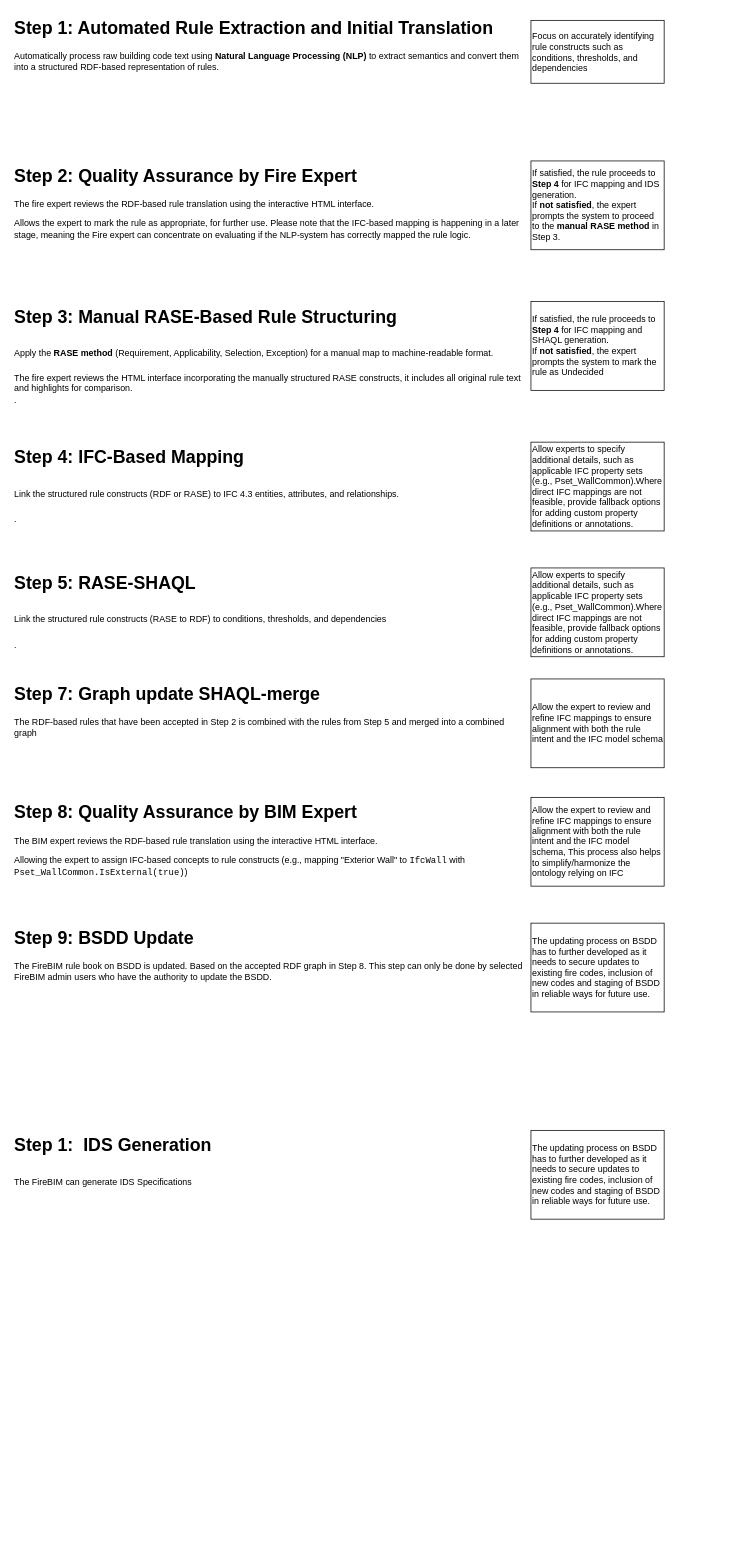
The draw.io diagram diagram/FireBIM rule mapping process overview.drawio in Kristoffernegendahl/fireBIM, before the edit. Source tidied: cells renumbered, new cells numbered last; positions are measured from the earlier drawing's top-left corner, leaving out a move shared by most shapes. Both pictures are drawn from the tidied source at 74%, with x=0, y=0 at pixel (13, 13).
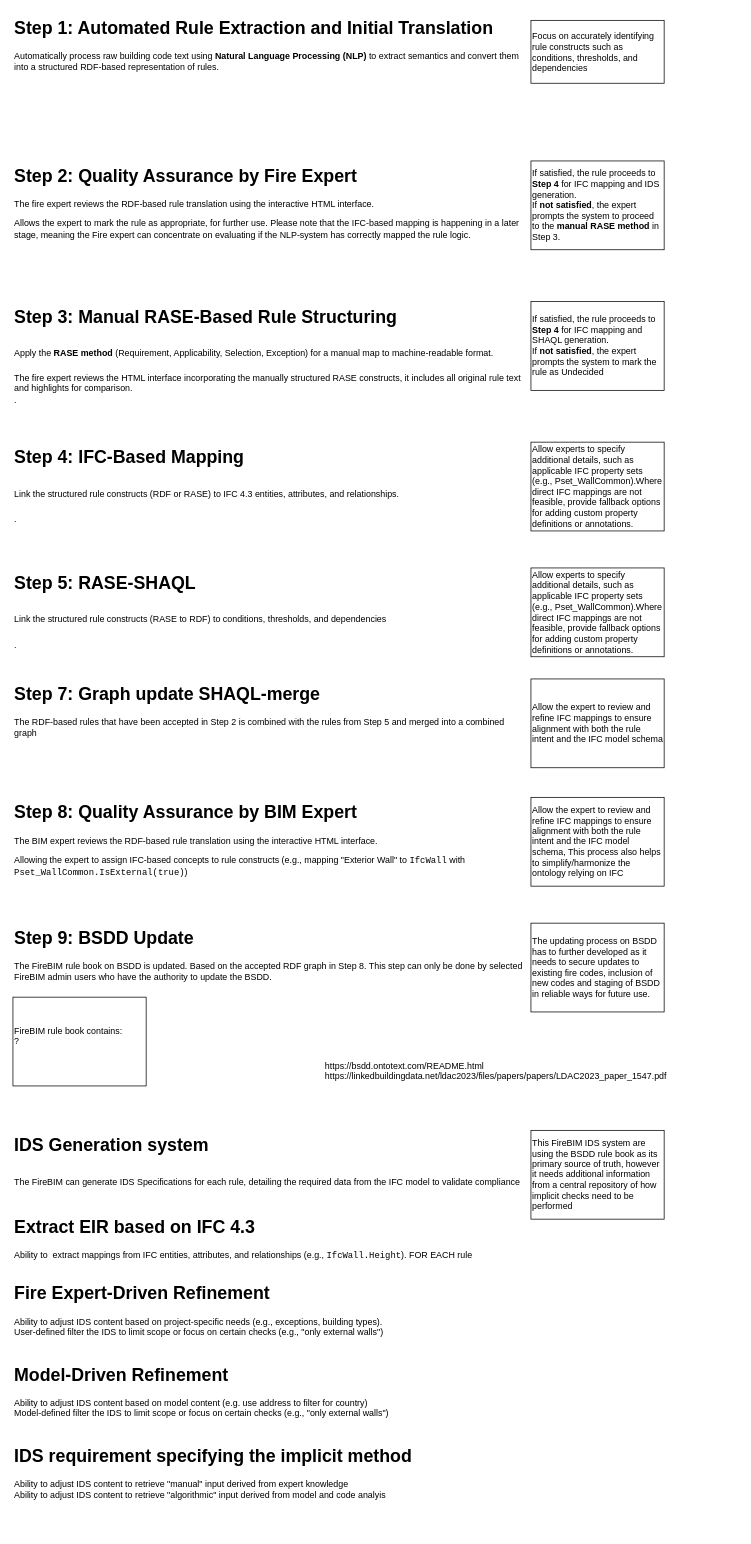
Above is the later version.

What changed in the source:
```diff
@@
-    <mxCell id="16" value="&lt;h1 style=&quot;margin-top: 0px;&quot;&gt;Step 9: BSDD Update&lt;/h1&gt;&lt;p&gt;The FireBIM rule book on BSDD is updated. Based on the accepted RDF graph in Step 8. This step can only be done by selected FireBIM admin users who have the authority to update the BSDD.&amp;nbsp; &amp;nbsp;&lt;/p&gt;" style="text;html=1;whiteSpace=wrap;overflow=hidden;rounded=0;" parent="1" vertex="1">
+    <mxCell id="16" value="&lt;h1 style=&quot;margin-top: 0px;&quot;&gt;Step 9: BSDD Update&lt;/h1&gt;&lt;p&gt;The FireBIM rule book on BSDD is updated. Based on the accepted RDF graph in Step 8. This step can only be done by selected FireBIM admin users who have the authority to update the BSDD.&amp;nbsp;&lt;br&gt;&amp;nbsp;&amp;nbsp;&lt;/p&gt;" style="text;html=1;whiteSpace=wrap;overflow=hidden;rounded=0;" parent="1" vertex="1">
       <mxGeometry y="1230" width="700" height="120" as="geometry" />
     </mxCell>
@@
-    <mxCell id="18" value="&lt;h1 style=&quot;margin-top: 0px;&quot;&gt;Step 1:&amp;nbsp;&lt;span style=&quot;background-color: initial;&quot;&gt;&amp;nbsp;IDS Generation&lt;/span&gt;&lt;/h1&gt;&lt;h1 style=&quot;margin-top: 0px;&quot;&gt;&lt;span style=&quot;background-color: initial; font-size: 12px; font-weight: normal;&quot;&gt;The FireBIM can g&lt;/span&gt;&lt;span style=&quot;background-color: initial; font-size: 12px; font-weight: normal;&quot;&gt;enerate IDS Specifications&lt;/span&gt;&lt;/h1&gt;" style="text;html=1;whiteSpace=wrap;overflow=hidden;rounded=0;" parent="1" vertex="1">
+    <mxCell id="18" value="&lt;h1 style=&quot;margin-top: 0px;&quot;&gt;&lt;span style=&quot;background-color: initial;&quot;&gt;IDS Generation system&lt;/span&gt;&lt;/h1&gt;&lt;h1 style=&quot;margin-top: 0px;&quot;&gt;&lt;span style=&quot;background-color: initial; font-size: 12px; font-weight: normal;&quot;&gt;The FireBIM can g&lt;/span&gt;&lt;span style=&quot;background-color: initial; font-size: 12px; font-weight: normal;&quot;&gt;enerate IDS Specifications&amp;nbsp;&lt;/span&gt;&lt;span style=&quot;background-color: initial; font-size: 12px; font-weight: normal;&quot;&gt;for each rule, detailing the required data from the IFC model to validate compliance&lt;/span&gt;&lt;/h1&gt;" style="text;html=1;whiteSpace=wrap;overflow=hidden;rounded=0;" parent="1" vertex="1">
       <mxGeometry y="1510" width="700" height="120" as="geometry" />
     </mxCell>
-    <mxCell id="19" value="The updating process on BSDD has to further developed as it needs to secure updates to existing fire codes, inclusion of new codes and staging of BSDD in reliable ways for future use." style="rounded=0;whiteSpace=wrap;html=1;align=left;" parent="1" vertex="1">
+    <mxCell id="19" value="This FireBIM IDS system are using the BSDD rule book as its primary source of truth, however it needs additional information from a central repository of how implicit checks need to be performed" style="rounded=0;whiteSpace=wrap;html=1;align=left;" parent="1" vertex="1">
       <mxGeometry x="700" y="1510" width="180" height="120" as="geometry" />
     </mxCell>
+    <mxCell id="20" value="&lt;h1 style=&quot;margin-top: 0px;&quot;&gt;Extract EIR based on IFC 4.3&lt;/h1&gt;&lt;div&gt;Ability to&amp;nbsp; extract mappings from IFC entities, attributes, and relationships (e.g., &lt;code&gt;IfcWall.Height&lt;/code&gt;). FOR EACH rule&lt;/div&gt;&lt;p&gt;&amp;nbsp;&amp;nbsp;&lt;/p&gt;" style="text;html=1;whiteSpace=wrap;overflow=hidden;rounded=0;" parent="1" vertex="1">
+      <mxGeometry y="1620" width="700" height="120" as="geometry" />
+    </mxCell>
+    <mxCell id="21" value="FireBIM rule book contains:&lt;br&gt;?&lt;br&gt;&lt;div&gt;&lt;br&gt;&lt;/div&gt;" style="rounded=0;whiteSpace=wrap;html=1;align=left;" parent="1" vertex="1">
+      <mxGeometry y="1330" width="180" height="120" as="geometry" />
+    </mxCell>
+    <mxCell id="22" value="https://bsdd.ontotext.com/README.html&#10;https://linkedbuildingdata.net/ldac2023/files/papers/papers/LDAC2023_paper_1547.pdf" style="text;whiteSpace=wrap;" parent="1" vertex="1">
+      <mxGeometry x="420" y="1409" width="560" height="50" as="geometry" />
+    </mxCell>
+    <mxCell id="23" value="&lt;h1 style=&quot;margin-top: 0px;&quot;&gt;Fire Expert-Driven Refinement&lt;/h1&gt;&lt;div&gt;Ability to&amp;nbsp;&lt;span style=&quot;background-color: initial;&quot;&gt;adjust IDS content based on project-specific needs (e.g., exceptions, building types).&lt;/span&gt;&lt;br&gt;&lt;/div&gt;&lt;div&gt;User-defined filter the IDS to limit scope or focus on certain checks (e.g., &quot;only external walls&quot;)&lt;span style=&quot;background-color: initial;&quot;&gt;&lt;/span&gt;&lt;/div&gt;" style="text;html=1;whiteSpace=wrap;overflow=hidden;rounded=0;" parent="1" vertex="1">
+      <mxGeometry y="1710" width="700" height="120" as="geometry" />
+    </mxCell>
+    <mxCell id="24" value="&lt;h1 style=&quot;margin-top: 0px;&quot;&gt;Model-Driven Refinement&lt;/h1&gt;&lt;div&gt;Ability to&amp;nbsp;&lt;span style=&quot;background-color: initial;&quot;&gt;adjust IDS content based on model content (e.g. use address to filter for country)&lt;/span&gt;&lt;br&gt;&lt;/div&gt;&lt;div&gt;Model-defined filter the IDS to limit scope or focus on certain checks (e.g., &quot;only external walls&quot;)&lt;span style=&quot;background-color: initial;&quot;&gt;&lt;/span&gt;&lt;/div&gt;" style="text;html=1;whiteSpace=wrap;overflow=hidden;rounded=0;" parent="1" vertex="1">
+      <mxGeometry y="1820" width="700" height="120" as="geometry" />
+    </mxCell>
+    <mxCell id="25" value="&lt;h1 style=&quot;margin-top: 0px;&quot;&gt;IDS requirement specifying the implicit method&lt;/h1&gt;&lt;div&gt;Ability to&amp;nbsp;&lt;span style=&quot;background-color: initial;&quot;&gt;adjust IDS content to retrieve &quot;manual&quot; input derived from expert knowledge&lt;/span&gt;&lt;br&gt;&lt;/div&gt;&lt;div&gt;Ability to adjust IDS content to retrieve &quot;algorithmic&quot; input derived from model and code analyis&lt;/div&gt;" style="text;html=1;whiteSpace=wrap;overflow=hidden;rounded=0;" parent="1" vertex="1">
+      <mxGeometry y="1930" width="700" height="120" as="geometry" />
+    </mxCell>
```
